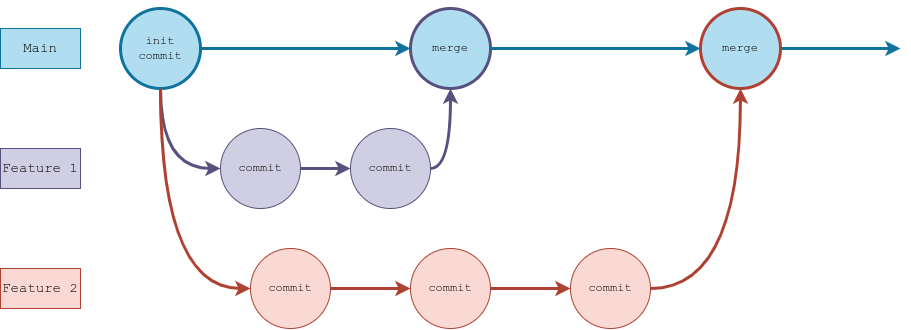
Above: diagrams/git_branching_strategy_tbd.drawio.png in ryndovaira-org/data_science_lectures (draw.io), before the change. Source tidied: cells renumbered, new cells last; positions are measured from the earlier drawing's top-left corner, leaving out a move shared by most shapes.
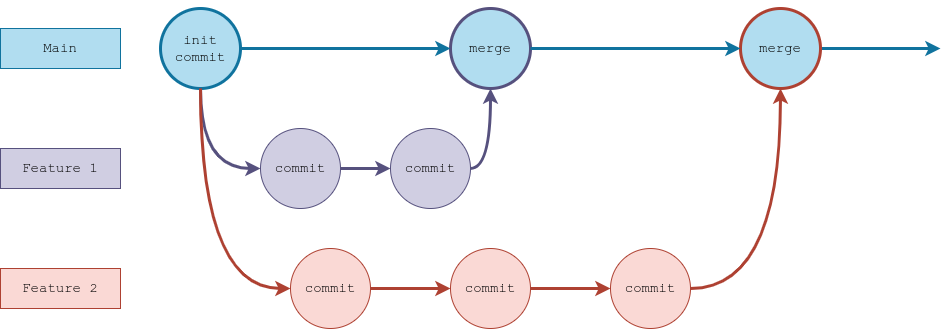
The same file after the commit.

What changed in the source:
```diff
@@ -2,75 +2,75 @@
   <root>
     <mxCell id="0" />
     <mxCell id="1" parent="0" />
-    <mxCell id="2" style="endArrow=classic;html=1;rounded=0;endFill=1;strokeWidth=3;fontColor=none;noLabel=1;labelBackgroundColor=none;fillColor=#b1ddf0;strokeColor=#10739e;fontSize=12;fontFamily=Courier New;" parent="1" edge="1" source="19">
+    <mxCell id="2" style="endArrow=classic;html=1;rounded=0;endFill=1;strokeWidth=3;fontColor=none;noLabel=1;labelBackgroundColor=none;fillColor=#b1ddf0;strokeColor=#10739e;fontSize=14;fontFamily=Courier New;" parent="1" edge="1" source="19">
       <mxGeometry relative="1" as="geometry">
         <mxPoint x="900" y="40" as="targetPoint" />
       </mxGeometry>
     </mxCell>
-    <mxCell id="3" style="endArrow=classic;html=1;rounded=0;endFill=1;strokeWidth=3;fontSize=12;labelBackgroundColor=none;fontFamily=Courier New;" parent="1" edge="1" target="4">
+    <mxCell id="3" style="endArrow=classic;html=1;rounded=0;endFill=1;strokeWidth=3;fontSize=14;labelBackgroundColor=none;fontFamily=Courier New;" parent="1" edge="1" target="4">
       <mxGeometry relative="1" as="geometry">
         <mxPoint x="160" y="20" as="sourcePoint" />
       </mxGeometry>
     </mxCell>
-    <mxCell id="4" value="init&#10;commit" style="ellipse;whiteSpace=wrap;html=1;fillColor=#b1ddf0;strokeColor=#10739e;fontSize=12;fontFamily=Courier New;labelBackgroundColor=none;strokeWidth=3;" parent="1" vertex="1">
+    <mxCell id="4" value="init&#10;commit" style="ellipse;whiteSpace=wrap;html=1;fillColor=#b1ddf0;strokeColor=#10739e;fontSize=14;fontFamily=Courier New;labelBackgroundColor=none;strokeWidth=3;" parent="1" vertex="1">
       <mxGeometry x="120" width="80" height="80" as="geometry" />
     </mxCell>
-    <mxCell id="5" style="endArrow=classic;html=1;rounded=0;endFill=1;strokeWidth=3;fontColor=none;noLabel=1;labelBackgroundColor=none;fillColor=#d0cee2;strokeColor=#56517e;startArrow=none;startFill=0;fontSize=12;fontFamily=Courier New;edgeStyle=orthogonalEdgeStyle;exitX=1;exitY=0.5;exitDx=0;exitDy=0;entryX=0.5;entryY=1;entryDx=0;entryDy=0;curved=1;" parent="1" edge="1" source="9" target="10">
+    <mxCell id="5" style="endArrow=classic;html=1;rounded=0;endFill=1;strokeWidth=3;fontColor=none;noLabel=1;labelBackgroundColor=none;fillColor=#d0cee2;strokeColor=#56517e;startArrow=none;startFill=0;fontSize=14;fontFamily=Courier New;edgeStyle=orthogonalEdgeStyle;exitX=1;exitY=0.5;exitDx=0;exitDy=0;entryX=0.5;entryY=1;entryDx=0;entryDy=0;curved=1;" parent="1" edge="1" source="9" target="10">
       <mxGeometry relative="1" as="geometry" />
     </mxCell>
-    <mxCell id="6" style="endArrow=classic;html=1;rounded=0;endFill=1;strokeWidth=3;fontColor=none;noLabel=1;labelBackgroundColor=none;fillColor=#d0cee2;strokeColor=#56517e;startArrow=none;startFill=0;entryX=0;entryY=0.5;entryDx=0;entryDy=0;edgeStyle=orthogonalEdgeStyle;elbow=vertical;fontSize=12;fontFamily=Courier New;exitX=0.5;exitY=1;exitDx=0;exitDy=0;curved=1;" parent="1" edge="1" source="4" target="7">
+    <mxCell id="6" style="endArrow=classic;html=1;rounded=0;endFill=1;strokeWidth=3;fontColor=none;noLabel=1;labelBackgroundColor=none;fillColor=#d0cee2;strokeColor=#56517e;startArrow=none;startFill=0;entryX=0;entryY=0.5;entryDx=0;entryDy=0;edgeStyle=orthogonalEdgeStyle;elbow=vertical;fontSize=14;fontFamily=Courier New;exitX=0.5;exitY=1;exitDx=0;exitDy=0;curved=1;" parent="1" edge="1" source="4" target="7">
       <mxGeometry relative="1" as="geometry" />
     </mxCell>
-    <mxCell id="7" value="commit" style="ellipse;whiteSpace=wrap;html=1;fillColor=#d0cee2;strokeColor=#56517e;fontSize=12;labelBackgroundColor=none;fontFamily=Courier New;" parent="1" vertex="1">
+    <mxCell id="7" value="commit" style="ellipse;whiteSpace=wrap;html=1;fillColor=#d0cee2;strokeColor=#56517e;fontSize=14;labelBackgroundColor=none;fontFamily=Courier New;" parent="1" vertex="1">
       <mxGeometry x="220" y="120" width="80" height="80" as="geometry" />
     </mxCell>
-    <mxCell id="8" style="endArrow=classic;html=1;rounded=0;endFill=1;strokeWidth=3;fontColor=none;noLabel=1;labelBackgroundColor=none;fillColor=#d0cee2;strokeColor=#56517e;startArrow=none;startFill=0;exitX=1;exitY=0.5;exitDx=0;exitDy=0;fontSize=12;fontFamily=Courier New;" parent="1" edge="1" source="7" target="9">
+    <mxCell id="8" style="endArrow=classic;html=1;rounded=0;endFill=1;strokeWidth=3;fontColor=none;noLabel=1;labelBackgroundColor=none;fillColor=#d0cee2;strokeColor=#56517e;startArrow=none;startFill=0;exitX=1;exitY=0.5;exitDx=0;exitDy=0;fontSize=14;fontFamily=Courier New;" parent="1" edge="1" source="7" target="9">
       <mxGeometry relative="1" as="geometry" />
     </mxCell>
-    <mxCell id="9" value="commit" style="ellipse;whiteSpace=wrap;html=1;fillColor=#d0cee2;strokeColor=#56517e;fontSize=12;labelBackgroundColor=none;fontFamily=Courier New;" parent="1" vertex="1">
+    <mxCell id="9" value="commit" style="ellipse;whiteSpace=wrap;html=1;fillColor=#d0cee2;strokeColor=#56517e;fontSize=14;labelBackgroundColor=none;fontFamily=Courier New;" parent="1" vertex="1">
       <mxGeometry x="350" y="120" width="80" height="80" as="geometry" />
     </mxCell>
-    <mxCell id="10" value="merge" style="ellipse;whiteSpace=wrap;html=1;fillColor=#b1ddf0;strokeColor=#56517E;fontSize=12;fontFamily=Courier New;labelBackgroundColor=none;strokeWidth=3;" parent="1" vertex="1">
+    <mxCell id="10" value="merge" style="ellipse;whiteSpace=wrap;html=1;fillColor=#b1ddf0;strokeColor=#56517E;fontSize=14;fontFamily=Courier New;labelBackgroundColor=none;strokeWidth=3;" parent="1" vertex="1">
       <mxGeometry x="410" width="80" height="80" as="geometry" />
     </mxCell>
-    <mxCell id="11" value="commit" style="ellipse;whiteSpace=wrap;html=1;fillColor=#fad9d5;strokeColor=#ae4132;fontSize=12;labelBackgroundColor=none;fontFamily=Courier New;" parent="1" vertex="1">
+    <mxCell id="11" value="commit" style="ellipse;whiteSpace=wrap;html=1;fillColor=#fad9d5;strokeColor=#ae4132;fontSize=14;labelBackgroundColor=none;fontFamily=Courier New;" parent="1" vertex="1">
       <mxGeometry x="250" y="240" width="80" height="80" as="geometry" />
     </mxCell>
-    <mxCell id="12" style="endArrow=classic;html=1;rounded=0;entryX=0;entryY=0.5;entryDx=0;entryDy=0;edgeStyle=orthogonalEdgeStyle;fontColor=none;noLabel=1;labelBackgroundColor=none;fillColor=#fad9d5;strokeColor=#ae4132;strokeWidth=3;exitX=0.5;exitY=1;exitDx=0;exitDy=0;curved=1;" parent="1" edge="1" source="4" target="11">
+    <mxCell id="12" style="endArrow=classic;html=1;rounded=0;entryX=0;entryY=0.5;entryDx=0;entryDy=0;edgeStyle=orthogonalEdgeStyle;fontColor=none;noLabel=1;labelBackgroundColor=none;fillColor=#fad9d5;strokeColor=#ae4132;strokeWidth=3;exitX=0.5;exitY=1;exitDx=0;exitDy=0;curved=1;fontSize=14;" parent="1" edge="1" source="4" target="11">
       <mxGeometry relative="1" as="geometry" />
     </mxCell>
-    <mxCell id="13" value="commit" style="ellipse;whiteSpace=wrap;html=1;fillColor=#fad9d5;strokeColor=#ae4132;fontSize=12;labelBackgroundColor=none;fontFamily=Courier New;" parent="1" vertex="1">
+    <mxCell id="13" value="commit" style="ellipse;whiteSpace=wrap;html=1;fillColor=#fad9d5;strokeColor=#ae4132;fontSize=14;labelBackgroundColor=none;fontFamily=Courier New;" parent="1" vertex="1">
       <mxGeometry x="410" y="240" width="80" height="80" as="geometry" />
     </mxCell>
-    <mxCell id="14" value="commit" style="ellipse;whiteSpace=wrap;html=1;fillColor=#fad9d5;strokeColor=#ae4132;fontSize=12;labelBackgroundColor=none;fontFamily=Courier New;" parent="1" vertex="1">
+    <mxCell id="14" value="commit" style="ellipse;whiteSpace=wrap;html=1;fillColor=#fad9d5;strokeColor=#ae4132;fontSize=14;labelBackgroundColor=none;fontFamily=Courier New;" parent="1" vertex="1">
       <mxGeometry x="570" y="240" width="80" height="80" as="geometry" />
     </mxCell>
-    <mxCell id="15" style="endArrow=classic;html=1;rounded=0;edgeStyle=orthogonalEdgeStyle;fontColor=none;noLabel=1;labelBackgroundColor=none;fillColor=#fad9d5;strokeColor=#ae4132;strokeWidth=3;curved=1;" parent="1" edge="1" source="11" target="13">
+    <mxCell id="15" style="endArrow=classic;html=1;rounded=0;edgeStyle=orthogonalEdgeStyle;fontColor=none;noLabel=1;labelBackgroundColor=none;fillColor=#fad9d5;strokeColor=#ae4132;strokeWidth=3;curved=1;fontSize=14;" parent="1" edge="1" source="11" target="13">
       <mxGeometry relative="1" as="geometry" />
     </mxCell>
-    <mxCell id="16" style="endArrow=classic;html=1;rounded=0;edgeStyle=orthogonalEdgeStyle;fontColor=none;noLabel=1;labelBackgroundColor=none;fillColor=#fad9d5;strokeColor=#ae4132;strokeWidth=3;curved=1;" parent="1" edge="1" source="13" target="14">
+    <mxCell id="16" style="endArrow=classic;html=1;rounded=0;edgeStyle=orthogonalEdgeStyle;fontColor=none;noLabel=1;labelBackgroundColor=none;fillColor=#fad9d5;strokeColor=#ae4132;strokeWidth=3;curved=1;fontSize=14;" parent="1" edge="1" source="13" target="14">
       <mxGeometry relative="1" as="geometry" />
     </mxCell>
-    <mxCell id="17" style="endArrow=classic;html=1;rounded=0;edgeStyle=orthogonalEdgeStyle;fontColor=none;noLabel=1;labelBackgroundColor=none;fillColor=#fad9d5;strokeColor=#ae4132;strokeWidth=3;curved=1;exitX=1;exitY=0.5;exitDx=0;exitDy=0;" parent="1" edge="1" source="14" target="19">
+    <mxCell id="17" style="endArrow=classic;html=1;rounded=0;edgeStyle=orthogonalEdgeStyle;fontColor=none;noLabel=1;labelBackgroundColor=none;fillColor=#fad9d5;strokeColor=#ae4132;strokeWidth=3;curved=1;exitX=1;exitY=0.5;exitDx=0;exitDy=0;fontSize=14;" parent="1" edge="1" source="14" target="19">
       <mxGeometry relative="1" as="geometry" />
     </mxCell>
-    <mxCell id="18" style="endArrow=classic;html=1;rounded=0;endFill=1;strokeWidth=3;fontColor=none;noLabel=1;labelBackgroundColor=none;fillColor=#b1ddf0;strokeColor=#10739e;fontSize=12;fontFamily=Courier New;" parent="1" edge="1" source="4" target="10">
+    <mxCell id="18" style="endArrow=classic;html=1;rounded=0;endFill=1;strokeWidth=3;fontColor=none;noLabel=1;labelBackgroundColor=none;fillColor=#b1ddf0;strokeColor=#10739e;fontSize=14;fontFamily=Courier New;" parent="1" edge="1" source="4" target="10">
       <mxGeometry relative="1" as="geometry" />
     </mxCell>
-    <mxCell id="19" value="merge" style="ellipse;whiteSpace=wrap;html=1;fillColor=#b1ddf0;strokeColor=#AE4132;fontSize=12;fontFamily=Courier New;labelBackgroundColor=none;strokeWidth=3;" parent="1" vertex="1">
+    <mxCell id="19" value="merge" style="ellipse;whiteSpace=wrap;html=1;fillColor=#b1ddf0;strokeColor=#AE4132;fontSize=14;fontFamily=Courier New;labelBackgroundColor=none;strokeWidth=3;" parent="1" vertex="1">
       <mxGeometry x="700" width="80" height="80" as="geometry" />
     </mxCell>
-    <mxCell id="20" style="endArrow=classic;html=1;rounded=0;endFill=1;strokeWidth=3;fontColor=none;noLabel=1;labelBackgroundColor=none;fillColor=#b1ddf0;strokeColor=#10739e;fontSize=12;fontFamily=Courier New;" parent="1" edge="1" source="10" target="19">
+    <mxCell id="20" style="endArrow=classic;html=1;rounded=0;endFill=1;strokeWidth=3;fontColor=none;noLabel=1;labelBackgroundColor=none;fillColor=#b1ddf0;strokeColor=#10739e;fontSize=14;fontFamily=Courier New;" parent="1" edge="1" source="10" target="19">
       <mxGeometry relative="1" as="geometry" />
     </mxCell>
     <mxCell id="21" value="Main" style="text;html=1;strokeColor=#10739e;fillColor=#b1ddf0;align=center;verticalAlign=middle;whiteSpace=wrap;rounded=0;fontSize=14;fontFamily=Courier New;" parent="1" vertex="1">
-      <mxGeometry y="20" width="80" height="40" as="geometry" />
+      <mxGeometry x="-40" y="20" width="120" height="40" as="geometry" />
     </mxCell>
     <mxCell id="22" value="Feature 1" style="text;html=1;strokeColor=#56517e;fillColor=#d0cee2;align=center;verticalAlign=middle;whiteSpace=wrap;rounded=0;fontSize=14;fontFamily=Courier New;" parent="1" vertex="1">
-      <mxGeometry y="140" width="80" height="40" as="geometry" />
+      <mxGeometry x="-40" y="140" width="120" height="40" as="geometry" />
     </mxCell>
     <mxCell id="23" value="Feature 2" style="text;html=1;strokeColor=#ae4132;fillColor=#fad9d5;align=center;verticalAlign=middle;whiteSpace=wrap;rounded=0;fontSize=14;fontFamily=Courier New;" parent="1" vertex="1">
-      <mxGeometry y="260" width="80" height="40" as="geometry" />
+      <mxGeometry x="-40" y="260" width="120" height="40" as="geometry" />
     </mxCell>
   </root>
 </mxGraphModel>
```
